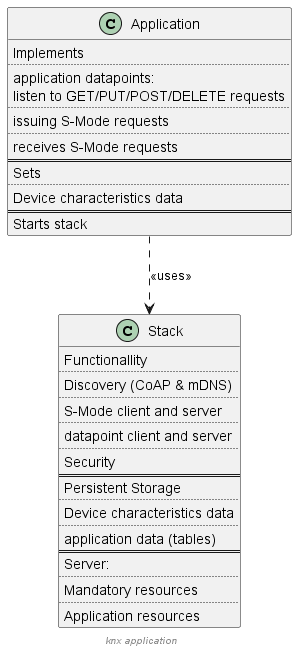
KNX-IOT/KNX-IOT-STACK keeps this PlantUML diagram as images/application.png. Above is the earlier version.
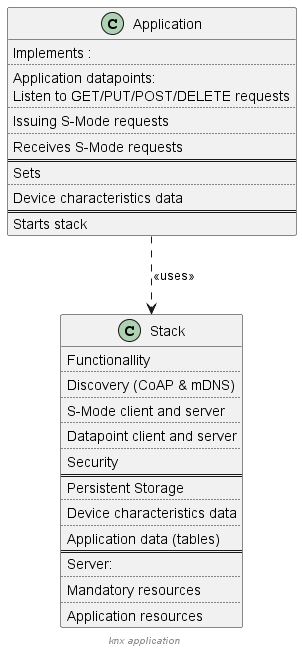
The same diagram one commit later.

What changed in the source:
```diff
@@ -2,14 +2,14 @@
 skinparam componentStyle rectangle
 
 class Application {
-  Implements
+  Implements :
   ..
-  application datapoints:
-  listen to GET/PUT/POST/DELETE requests
+  Application datapoints:
+  Listen to GET/PUT/POST/DELETE requests
   ..
-  issuing S-Mode requests
+  Issuing S-Mode requests
   ..
-  receives S-Mode requests
+  Receives S-Mode requests
   ==
   Sets
   ..
@@ -25,7 +25,7 @@
   ..
   S-Mode client and server
   ..
-  datapoint client and server
+  Datapoint client and server
   ..
   Security
   ==
@@ -33,7 +33,7 @@
   ..
   Device characteristics data
   ..
-  application data (tables)
+  Application data (tables)
   ==
   Server:
   ..
```
